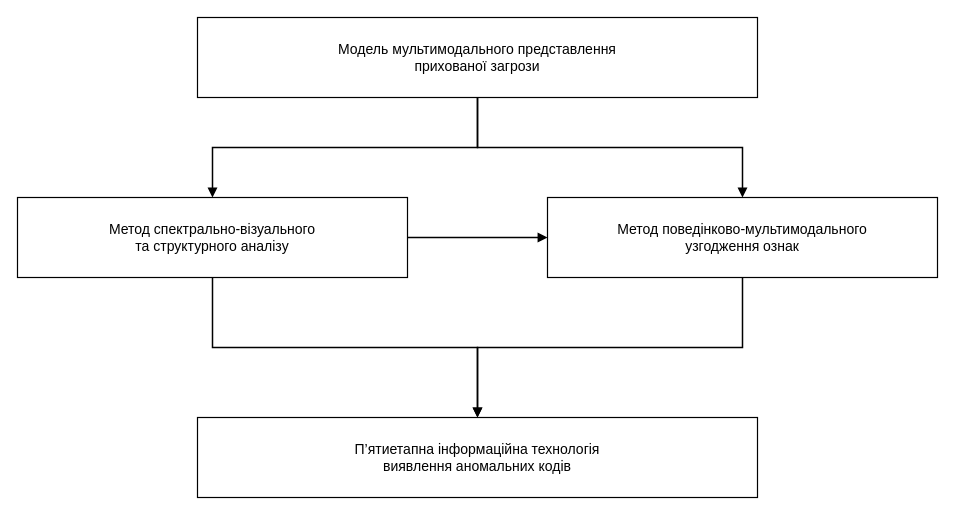
oleksandrmelnychenko/dima-phd keeps this draw.io diagram as title/figures_drawio/fig_2_5_detection_process.drawio. Above is the earlier version. Source tidied: cells renumbered, new cells numbered last; positions are measured from the earlier drawing's top-left corner, leaving out a move shared by most shapes. Both pictures are drawn from the tidied source at 100%, with x=0, y=0 at pixel (17, 17).
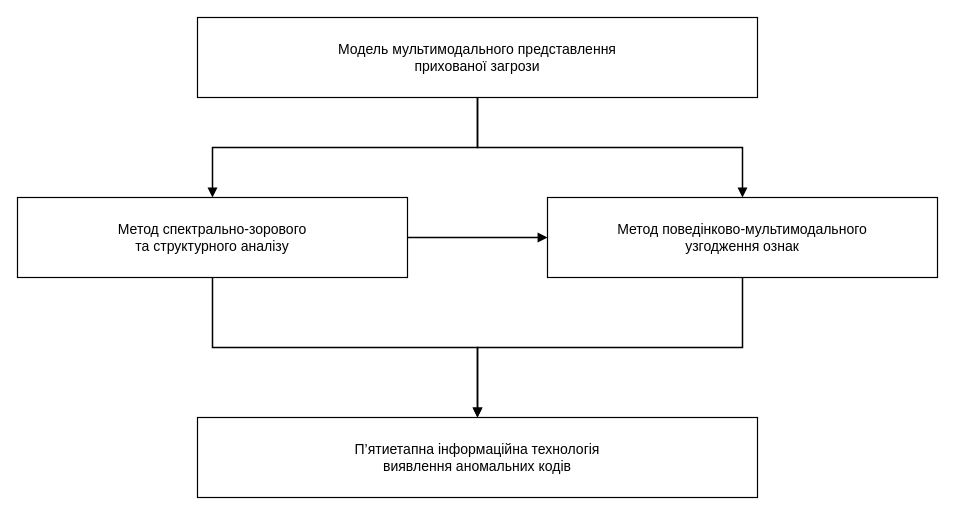
After the change.

What changed in the source:
```diff
@@
 <mxGraphModel>
   <root>
     <mxCell id="0" />
     <mxCell id="1" parent="0" />
     <mxCell id="2" value="Модель мультимодального представлення&lt;br&gt;прихованої загрози" style="rounded=0;whiteSpace=wrap;html=1;fillColor=#ffffff;strokeColor=#000000;strokeWidth=1.2;fontColor=#000000;fontSize=14;align=center;verticalAlign=middle;spacing=8;" parent="1" vertex="1">
       <mxGeometry x="180" width="560" height="80" as="geometry" />
     </mxCell>
-    <mxCell id="3" value="Метод спектрально-візуального&lt;br&gt;та структурного аналізу" style="rounded=0;whiteSpace=wrap;html=1;fillColor=#ffffff;strokeColor=#000000;strokeWidth=1.2;fontColor=#000000;fontSize=14;align=center;verticalAlign=middle;spacing=8;" parent="1" vertex="1">
+    <mxCell id="3" value="Метод спектрально-зорового&lt;br&gt;та структурного аналізу" style="rounded=0;whiteSpace=wrap;html=1;fillColor=#ffffff;strokeColor=#000000;strokeWidth=1.2;fontColor=#000000;fontSize=14;align=center;verticalAlign=middle;spacing=8;" parent="1" vertex="1">
       <mxGeometry y="180" width="390" height="80" as="geometry" />
     </mxCell>
     <mxCell id="4" value="Метод поведінково-мультимодального&lt;br&gt;узгодження ознак" style="rounded=0;whiteSpace=wrap;html=1;fillColor=#ffffff;strokeColor=#000000;strokeWidth=1.2;fontColor=#000000;fontSize=14;align=center;verticalAlign=middle;spacing=8;" parent="1" vertex="1">
       <mxGeometry x="530" y="180" width="390" height="80" as="geometry" />
     </mxCell>
     <mxCell id="5" value="П’ятиетапна інформаційна технологія&lt;br&gt;виявлення аномальних кодів" style="rounded=0;whiteSpace=wrap;html=1;fillColor=#ffffff;strokeColor=#000000;strokeWidth=1.2;fontColor=#000000;fontSize=14;align=center;verticalAlign=middle;spacing=8;" parent="1" vertex="1">
       <mxGeometry x="180" y="400" width="560" height="80" as="geometry" />
     </mxCell>
     <mxCell id="6" style="edgeStyle=orthogonalEdgeStyle;rounded=0;jettySize=auto;html=1;endArrow=block;endFill=1;strokeColor=#000000;strokeWidth=1.5;" parent="1" edge="1" source="2" target="3">
       <mxGeometry relative="1" as="geometry" />
     </mxCell>
     <mxCell id="7" style="edgeStyle=orthogonalEdgeStyle;rounded=0;jettySize=auto;html=1;endArrow=block;endFill=1;strokeColor=#000000;strokeWidth=1.5;" parent="1" edge="1" source="2" target="4">
       <mxGeometry relative="1" as="geometry" />
     </mxCell>
     <mxCell id="8" style="edgeStyle=orthogonalEdgeStyle;rounded=0;jettySize=auto;html=1;endArrow=block;endFill=1;strokeColor=#000000;strokeWidth=1.5;" parent="1" edge="1" source="3" target="4">
       <mxGeometry relative="1" as="geometry" />
     </mxCell>
     <mxCell id="9" style="edgeStyle=orthogonalEdgeStyle;rounded=0;jettySize=auto;html=1;endArrow=block;endFill=1;strokeColor=#000000;strokeWidth=1.5;" parent="1" edge="1" source="3" target="5">
       <mxGeometry relative="1" as="geometry" />
     </mxCell>
     <mxCell id="10" style="edgeStyle=orthogonalEdgeStyle;rounded=0;jettySize=auto;html=1;endArrow=block;endFill=1;strokeColor=#000000;strokeWidth=1.5;" parent="1" edge="1" source="4" target="5">
       <mxGeometry relative="1" as="geometry" />
     </mxCell>
   </root>
 </mxGraphModel>
```
